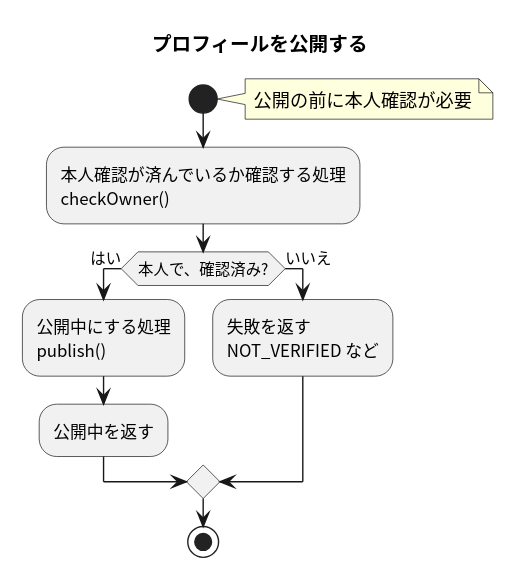
Before: apis/publish-profile/flow.svg, a diagram exported from PlantUML (masamasamasato/design-doc-template). Its source is kept beside it as apis/publish-profile/flow.puml.
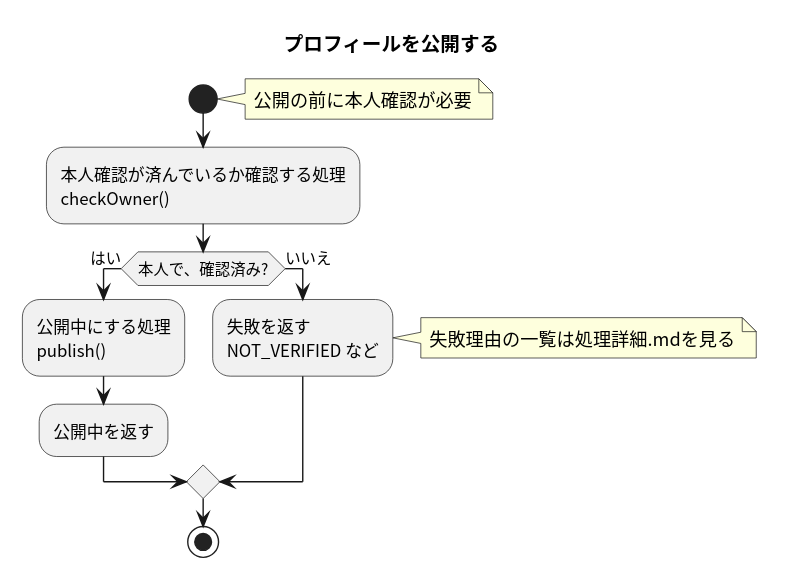
Above is the later version.

Commit message:
PRコメントの図を画像で表示する (#3)

The edit, as a diff of the source:
```diff
@@ -13,6 +13,7 @@
   :公開中を返す;
 else (いいえ)
   :失敗を返す\nNOT_VERIFIED など;
+  note right: 失敗理由の一覧は処理詳細.mdを見る
 endif
 stop
 @enduml
```
